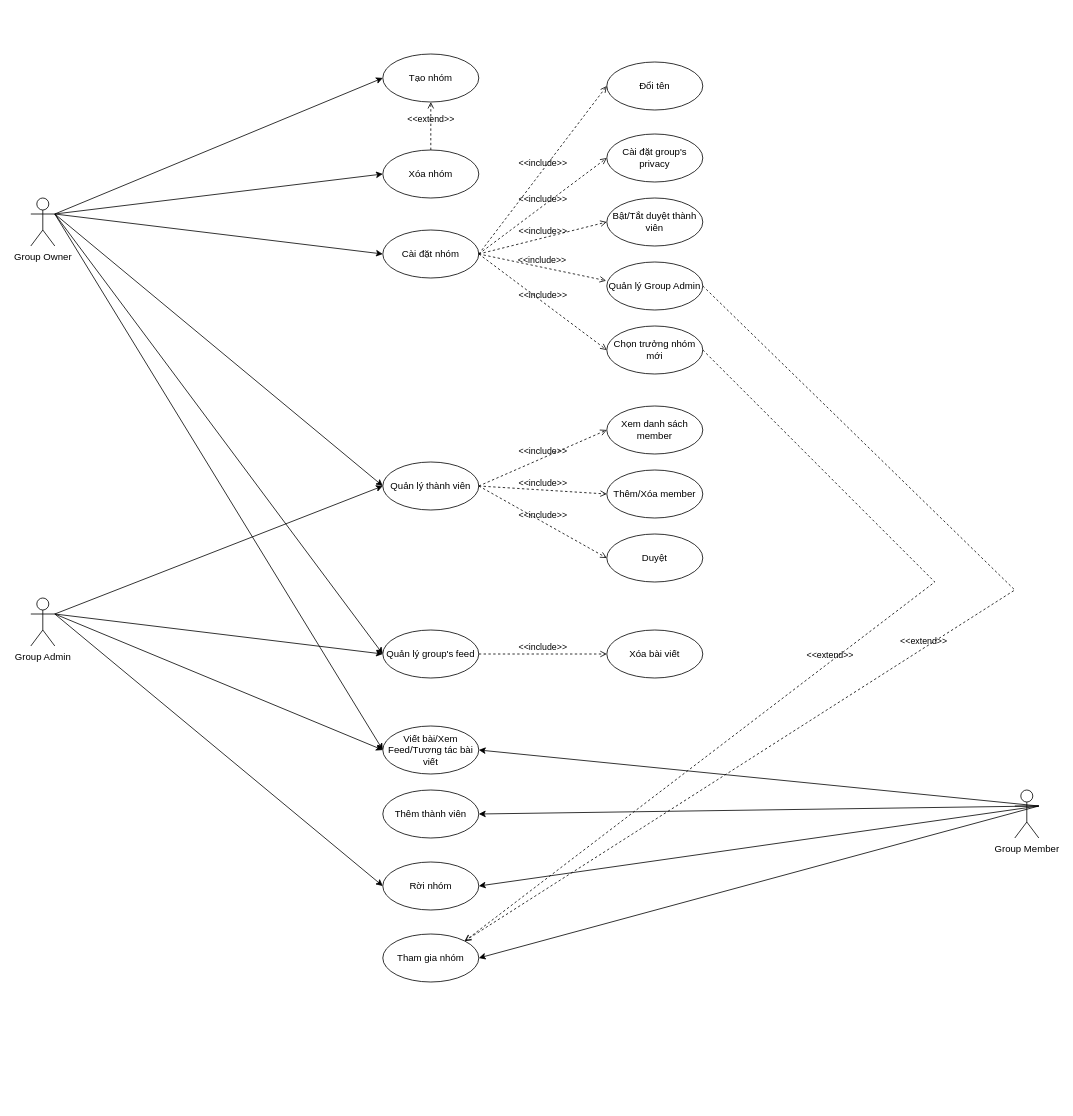
Above: usecase SB group.drawio in samhp-cloud/star (draw.io), before the change. Source tidied: cells renumbered, new cells numbered last; positions are measured from the earlier drawing's top-left corner, leaving out a move shared by most shapes. Both pictures are drawn from the tidied source at 80%, with x=0, y=0 at pixel (30, 54).
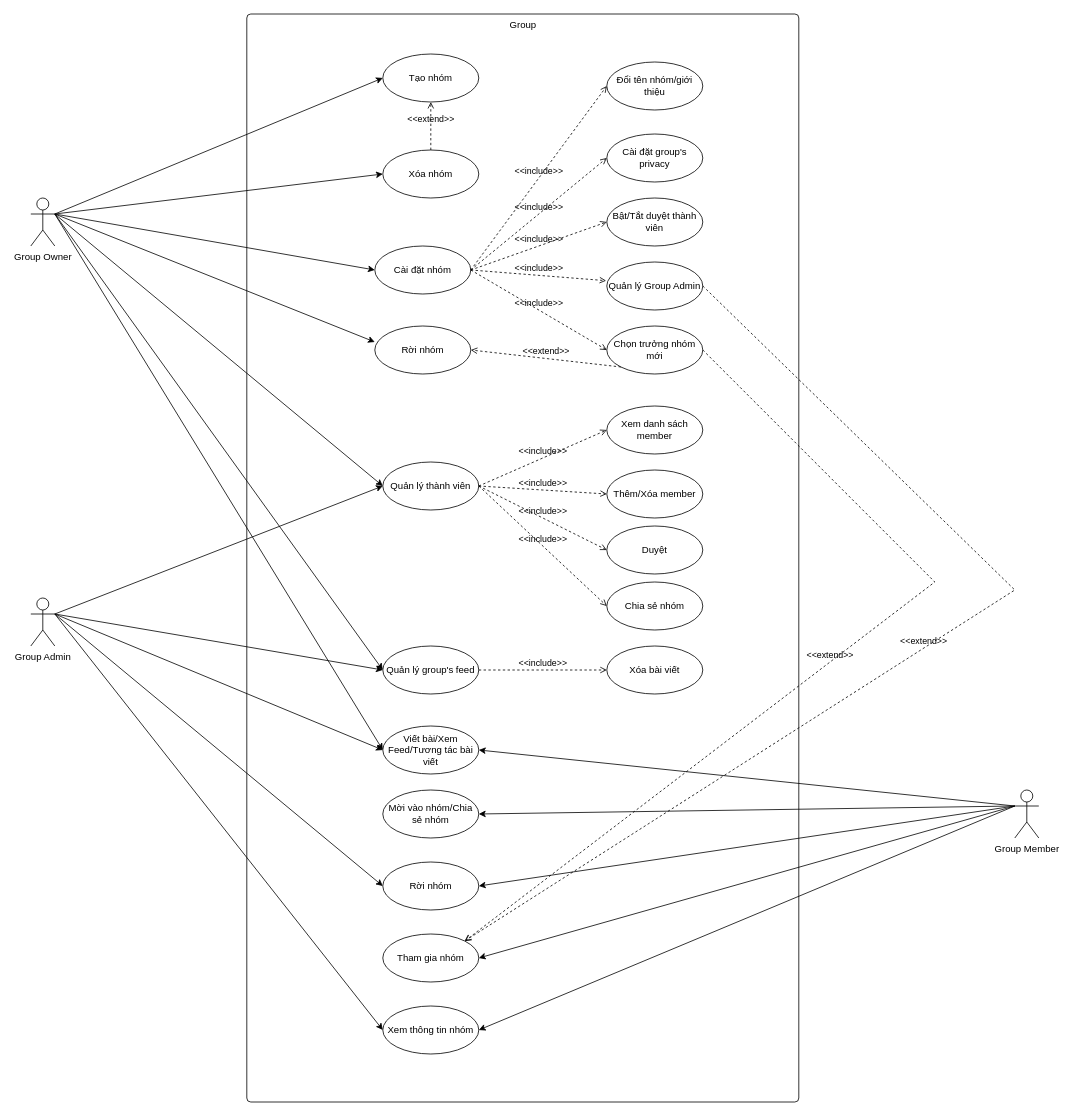
After the change.

The change refers to these unchanged cells:
```xml
<mxCell id="2" value="Group Owner" style="shape=umlActor;verticalLabelPosition=bottom;verticalAlign=top;html=1;" parent="1" vertex="1">
  <mxGeometry y="180" width="30" height="60" as="geometry" />
</mxCell>
<mxCell id="3" value="Group Admin" style="shape=umlActor;verticalLabelPosition=bottom;verticalAlign=top;html=1;" parent="1" vertex="1">
  <mxGeometry y="680" width="30" height="60" as="geometry" />
</mxCell>
<mxCell id="4" value="Group Member" style="shape=umlActor;verticalLabelPosition=bottom;verticalAlign=top;html=1;" parent="1" vertex="1">
  <mxGeometry x="1230" y="920" width="30" height="60" as="geometry" />
</mxCell>
<mxCell id="7" value="Quản lý thành viên" style="ellipse;whiteSpace=wrap;html=1;verticalAlign=middle;" parent="1" vertex="1">
  <mxGeometry x="440" y="510" width="120" height="60" as="geometry" />
</mxCell>
<mxCell id="17" value="Chọn trưởng nhóm mới" style="ellipse;whiteSpace=wrap;html=1;" parent="1" vertex="1">
  <mxGeometry x="720" y="340" width="120" height="60" as="geometry" />
</mxCell>
<mxCell id="19" value="Viết bài/Xem Feed/Tương tác bài viết" style="ellipse;whiteSpace=wrap;html=1;verticalAlign=middle;" parent="1" vertex="1">
  <mxGeometry x="440" y="840" width="120" height="60" as="geometry" />
</mxCell>
<mxCell id="41" value="Rời nhóm" style="ellipse;whiteSpace=wrap;html=1;verticalAlign=middle;" parent="1" vertex="1">
  <mxGeometry x="440" y="1010" width="120" height="60" as="geometry" />
</mxCell>
<mxCell id="42" value="Tham gia nhóm" style="ellipse;whiteSpace=wrap;html=1;verticalAlign=middle;" parent="1" vertex="1">
  <mxGeometry x="440" y="1100" width="120" height="60" as="geometry" />
</mxCell>
```

What changed in the source:
```diff
@@
+    <mxCell id="49" value="Group" style="html=1;align=center;verticalAlign=top;rounded=1;absoluteArcSize=1;arcSize=10;dashed=0;" parent="1" vertex="1">
+      <mxGeometry x="270" y="-50" width="690" height="1360" as="geometry" />
+    </mxCell>
@@
     <mxCell id="6" value="Cài đặt nhóm" style="ellipse;whiteSpace=wrap;html=1;verticalAlign=middle;" parent="1" vertex="1">
-      <mxGeometry x="440" y="220" width="120" height="60" as="geometry" />
+      <mxGeometry x="430" y="240" width="120" height="60" as="geometry" />
     </mxCell>
@@
     <mxCell id="8" value="Quản lý group's feed" style="ellipse;whiteSpace=wrap;html=1;verticalAlign=middle;" parent="1" vertex="1">
-      <mxGeometry x="440" y="720" width="120" height="60" as="geometry" />
+      <mxGeometry x="440" y="740" width="120" height="60" as="geometry" />
     </mxCell>
@@
     <mxCell id="22" value="Duyệt" style="ellipse;whiteSpace=wrap;html=1;" parent="1" vertex="1">
-      <mxGeometry x="720" y="600" width="120" height="60" as="geometry" />
+      <mxGeometry x="720" y="590" width="120" height="60" as="geometry" />
     </mxCell>
@@
     <mxCell id="31" value="Xóa bài viết" style="ellipse;whiteSpace=wrap;html=1;" parent="1" vertex="1">
-      <mxGeometry x="720" y="720" width="120" height="60" as="geometry" />
+      <mxGeometry x="720" y="740" width="120" height="60" as="geometry" />
     </mxCell>
@@
-    <mxCell id="33" value="Đổi tên" style="ellipse;whiteSpace=wrap;html=1;" parent="1" vertex="1">
+    <mxCell id="33" value="Đổi tên nhóm/giới thiệu" style="ellipse;whiteSpace=wrap;html=1;" parent="1" vertex="1">
       <mxGeometry x="720" y="10" width="120" height="60" as="geometry" />
     </mxCell>
@@
-    <mxCell id="39" style="endArrow=classic;html=1;rounded=0;entryX=1;entryY=0.5;entryDx=0;entryDy=0;exitX=1;exitY=0.3333333333333333;exitDx=0;exitDy=0;exitPerimeter=0;" parent="1" edge="1" source="4" target="19">
+    <mxCell id="39" style="endArrow=classic;html=1;rounded=0;entryX=1;entryY=0.5;entryDx=0;entryDy=0;exitX=0;exitY=0.3333333333333333;exitDx=0;exitDy=0;exitPerimeter=0;" parent="1" edge="1" source="4" target="19">
       <mxGeometry relative="1" as="geometry" />
     </mxCell>
-    <mxCell id="40" value="Thêm thành viên" style="ellipse;whiteSpace=wrap;html=1;verticalAlign=middle;" parent="1" vertex="1">
+    <mxCell id="40" value="Mời vào nhóm/Chia sẻ nhóm" style="ellipse;whiteSpace=wrap;html=1;verticalAlign=middle;" parent="1" vertex="1">
       <mxGeometry x="440" y="920" width="120" height="60" as="geometry" />
     </mxCell>
@@
-    <mxCell id="43" style="endArrow=classic;html=1;rounded=0;entryX=1;entryY=0.5;entryDx=0;entryDy=0;exitX=1;exitY=0.3333333333333333;exitDx=0;exitDy=0;exitPerimeter=0;" parent="1" edge="1" source="4" target="42">
+    <mxCell id="43" style="endArrow=classic;html=1;rounded=0;entryX=1;entryY=0.5;entryDx=0;entryDy=0;exitX=0;exitY=0.3333333333333333;exitDx=0;exitDy=0;exitPerimeter=0;" parent="1" edge="1" source="4" target="42">
       <mxGeometry relative="1" as="geometry" />
     </mxCell>
-    <mxCell id="44" style="endArrow=classic;html=1;rounded=0;entryX=1;entryY=0.5;entryDx=0;entryDy=0;exitX=1;exitY=0.3333333333333333;exitDx=0;exitDy=0;exitPerimeter=0;" parent="1" edge="1" source="4" target="41">
+    <mxCell id="44" style="endArrow=classic;html=1;rounded=0;entryX=1;entryY=0.5;entryDx=0;entryDy=0;exitX=0;exitY=0.3333333333333333;exitDx=0;exitDy=0;exitPerimeter=0;" parent="1" edge="1" source="4" target="41">
       <mxGeometry relative="1" as="geometry" />
     </mxCell>
-    <mxCell id="45" style="endArrow=classic;html=1;rounded=0;entryX=1;entryY=0.5;entryDx=0;entryDy=0;exitX=1;exitY=0.3333333333333333;exitDx=0;exitDy=0;exitPerimeter=0;" parent="1" edge="1" source="4" target="40">
+    <mxCell id="45" style="endArrow=classic;html=1;rounded=0;entryX=1;entryY=0.5;entryDx=0;entryDy=0;exitX=0;exitY=0.3333333333333333;exitDx=0;exitDy=0;exitPerimeter=0;" parent="1" edge="1" source="4" target="40">
       <mxGeometry relative="1" as="geometry" />
     </mxCell>
@@
+    <mxCell id="50" value="Xem thông tin nhóm" style="ellipse;whiteSpace=wrap;html=1;verticalAlign=middle;" parent="1" vertex="1">
+      <mxGeometry x="440" y="1190" width="120" height="60" as="geometry" />
+    </mxCell>
+    <mxCell id="51" style="endArrow=classic;html=1;rounded=0;entryX=0;entryY=0.5;entryDx=0;entryDy=0;exitX=1;exitY=0.3333333333333333;exitDx=0;exitDy=0;exitPerimeter=0;" parent="1" edge="1" source="3" target="50">
+      <mxGeometry relative="1" as="geometry" />
+    </mxCell>
+    <mxCell id="52" style="endArrow=classic;html=1;rounded=0;entryX=1;entryY=0.5;entryDx=0;entryDy=0;exitX=0;exitY=0.3333333333333333;exitDx=0;exitDy=0;exitPerimeter=0;" parent="1" edge="1" source="4" target="50">
+      <mxGeometry relative="1" as="geometry" />
+    </mxCell>
+    <mxCell id="53" value="Rời nhóm" style="ellipse;whiteSpace=wrap;html=1;verticalAlign=middle;" parent="1" vertex="1">
+      <mxGeometry x="430" y="340" width="120" height="60" as="geometry" />
+    </mxCell>
+    <mxCell id="54" style="endArrow=classic;html=1;rounded=0;entryX=0;entryY=0.333;entryDx=0;entryDy=0;exitX=1;exitY=0.3333333333333333;exitDx=0;exitDy=0;exitPerimeter=0;entryPerimeter=0;" parent="1" edge="1" source="2" target="53">
+      <mxGeometry relative="1" as="geometry" />
+    </mxCell>
+    <mxCell id="55" value="&amp;lt;&amp;lt;extend&amp;gt;&amp;gt;" style="html=1;verticalAlign=bottom;labelBackgroundColor=none;endArrow=open;endFill=0;dashed=1;rounded=0;entryX=1;entryY=0.5;entryDx=0;entryDy=0;exitX=0;exitY=1;exitDx=0;exitDy=0;" parent="1" edge="1" source="17" target="53">
+      <mxGeometry relative="1" as="geometry" />
+    </mxCell>
+    <mxCell id="56" value="Chia sẻ nhóm" style="ellipse;whiteSpace=wrap;html=1;" parent="1" vertex="1">
+      <mxGeometry x="720" y="660" width="120" height="60" as="geometry" />
+    </mxCell>
+    <mxCell id="57" value="&amp;lt;&amp;lt;include&amp;gt;&amp;gt;" style="html=1;verticalAlign=bottom;labelBackgroundColor=none;endArrow=open;endFill=0;dashed=1;rounded=0;exitX=1;exitY=0.5;exitDx=0;exitDy=0;entryX=0;entryY=0.5;entryDx=0;entryDy=0;" parent="1" edge="1" source="7" target="56">
+      <mxGeometry relative="1" as="geometry" />
+    </mxCell>
```
